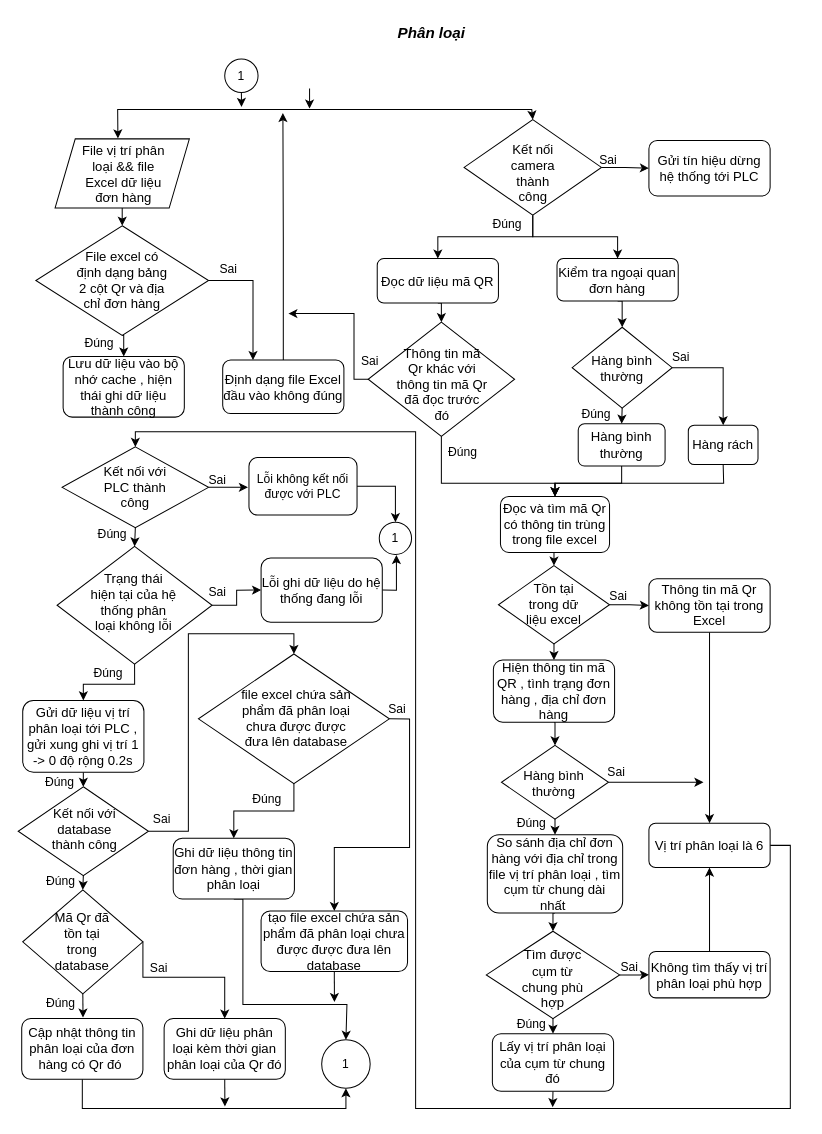
Earlier version of the draw.io diagram page "phân_loại" (3 of 3) of Algorithm_Flowchart/webcam_check.drawio (huudatdepzai2k3/DoAnTotNghiep2025). Source tidied: cells renumbered, new cells numbered last; positions are measured from the earlier drawing's top-left corner, leaving out a move shared by most shapes. Both pictures are drawn from the tidied source at 101%, with x=0, y=0 at pixel (18, 17).
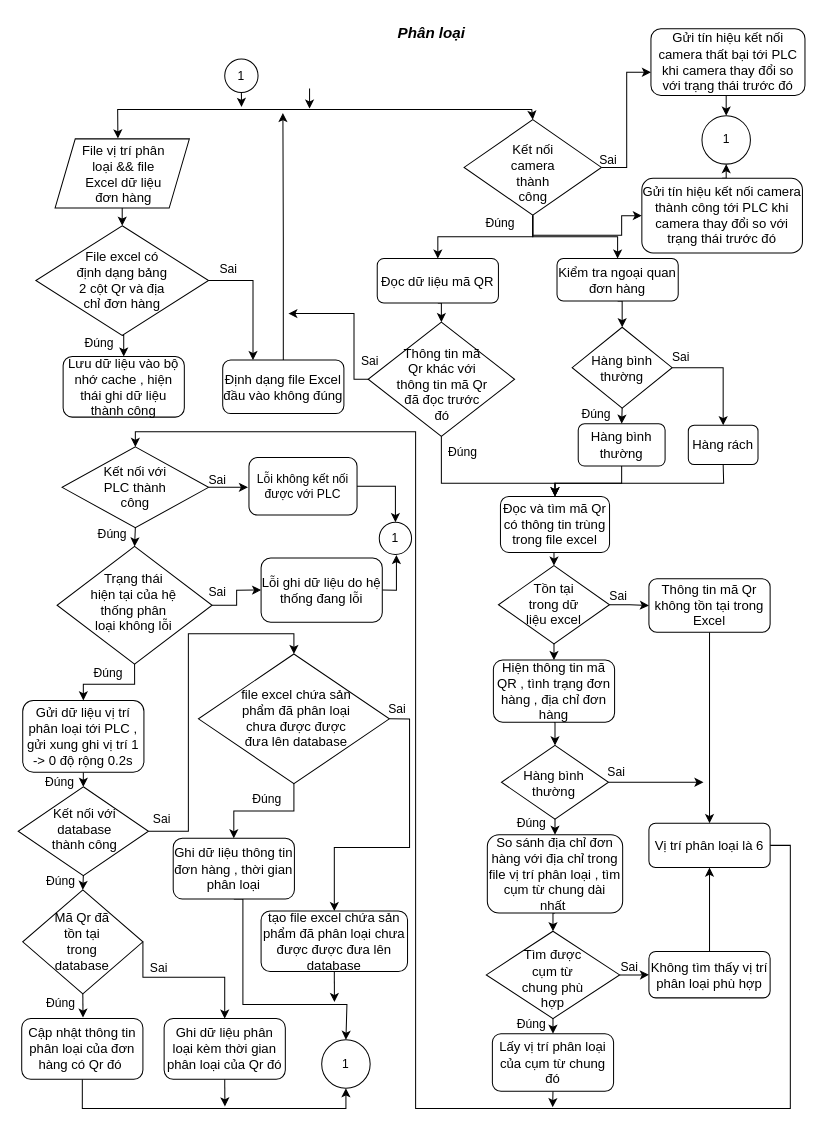
Above is the later version.

Unchanged cells that the change refers to:
```xml
<mxCell id="6" style="rhombus;whiteSpace=wrap;html=1;fontSize=13;" parent="1" vertex="1">
  <mxGeometry x="441" y="101" width="136" height="94.5" as="geometry" />
</mxCell>
```

Diff of the diagram source:
```diff
@@
     <mxCell id="3" style="edgeStyle=orthogonalEdgeStyle;rounded=0;jettySize=auto;html=1;exitX=1;exitY=0.5;exitDx=0;exitDy=0;fontSize=13;" parent="1" edge="1" source="6" target="8">
-      <mxGeometry relative="1" as="geometry" />
+      <mxGeometry relative="1" as="geometry">
+        <Array as="points">
+          <mxPoint x="602" y="148" />
+          <mxPoint x="602" y="54" />
+        </Array>
+      </mxGeometry>
     </mxCell>
@@
+    <mxCell id="124" style="edgeStyle=orthogonalEdgeStyle;rounded=0;jettySize=auto;html=1;exitX=0.5;exitY=1;exitDx=0;exitDy=0;entryX=0;entryY=0.5;entryDx=0;entryDy=0;" parent="1" edge="1" source="6" target="127">
+      <mxGeometry relative="1" as="geometry" />
+    </mxCell>
@@
+    <mxCell id="125" style="edgeStyle=orthogonalEdgeStyle;rounded=0;jettySize=auto;html=1;exitX=0.5;exitY=1;exitDx=0;exitDy=0;entryX=0.5;entryY=0;entryDx=0;entryDy=0;" parent="1" edge="1" source="8" target="128">
+      <mxGeometry relative="1" as="geometry" />
+    </mxCell>
-    <mxCell id="8" value="Gửi tín hiệu dừng hệ thống tới PLC" style="rounded=1;whiteSpace=wrap;html=1;fontSize=13;" parent="1" vertex="1">
-      <mxGeometry x="624" y="121.5" width="120" height="55" as="geometry" />
+    <mxCell id="8" value="Gửi tín hiệu kết nối camera thất bại tới PLC khi camera thay đổi so với trạng thái trước đó" style="rounded=1;whiteSpace=wrap;html=1;fontSize=13;" parent="1" vertex="1">
+      <mxGeometry x="626" y="11" width="152.5" height="66" as="geometry" />
     </mxCell>
@@
     <mxCell id="112" value="Đúng" style="text;html=1;align=center;verticalAlign=middle;whiteSpace=wrap;rounded=0;fontSize=12;" parent="1" vertex="1">
-      <mxGeometry x="454" y="189.5" width="60" height="30" as="geometry" />
+      <mxGeometry x="447" y="188.5" width="60" height="30" as="geometry" />
     </mxCell>
@@
+    <mxCell id="126" style="edgeStyle=orthogonalEdgeStyle;rounded=0;jettySize=auto;html=1;exitX=0.5;exitY=0;exitDx=0;exitDy=0;entryX=0.5;entryY=1;entryDx=0;entryDy=0;" parent="1" edge="1" source="127" target="128">
+      <mxGeometry relative="1" as="geometry" />
+    </mxCell>
+    <mxCell id="127" value="Gửi tín hiệu kết nối camera thành công tới PLC khi camera thay đổi so với trạng thái trước đó" style="rounded=1;whiteSpace=wrap;html=1;fontSize=13;" parent="1" vertex="1">
+      <mxGeometry x="617" y="159" width="159" height="74" as="geometry" />
+    </mxCell>
+    <mxCell id="128" value="1" style="ellipse;whiteSpace=wrap;html=1;" parent="1" vertex="1">
+      <mxGeometry x="676.5" y="97" width="48" height="48" as="geometry" />
+    </mxCell>
```
